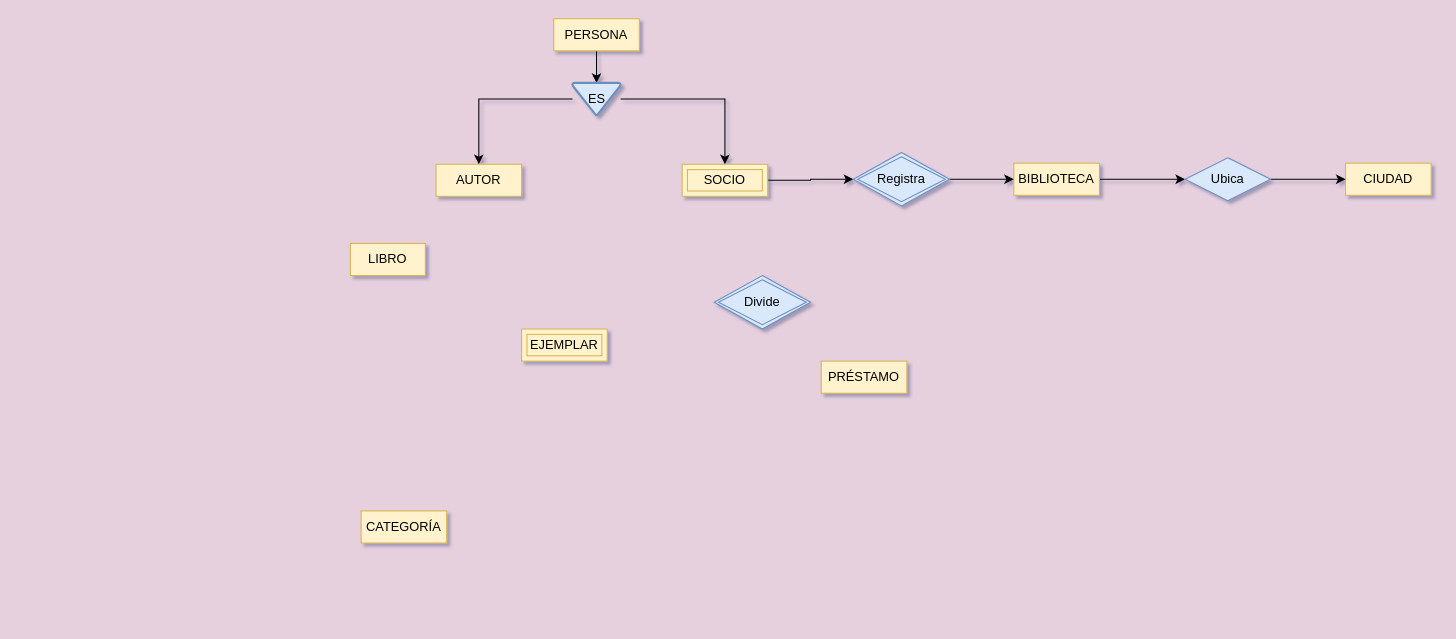
Before: Practica2ExamenTri1.drawio in VeraAceves/NT-BD, a draw.io diagram. Source tidied: cells renumbered, new cells numbered last; positions are measured from the earlier drawing's top-left corner, leaving out a move shared by most shapes. Both pictures are drawn from the tidied source at 107%, with x=0, y=0 at pixel (350, 18).
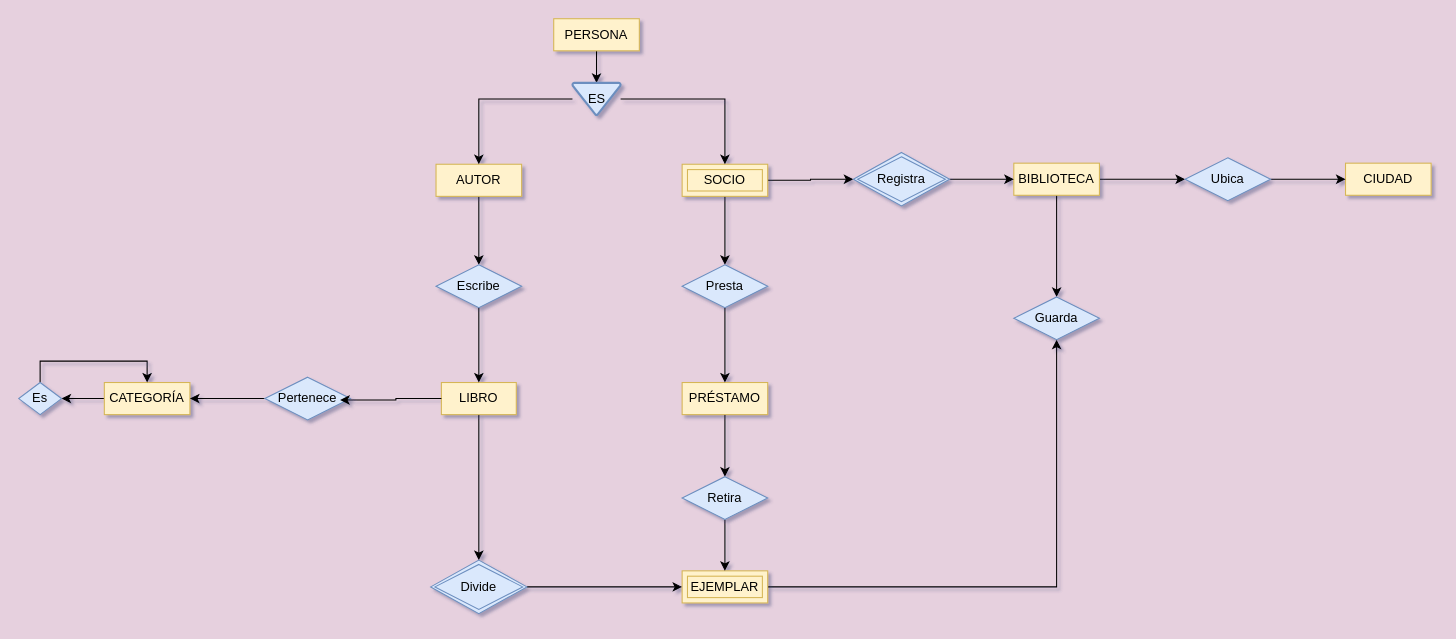
Above is the later version.

The change refers to these unchanged cells:
```xml
<mxCell id="3" value="BIBLIOTECA" style="whiteSpace=wrap;html=1;align=center;fillColor=#fff2cc;strokeColor=#d6b656;" parent="1" vertex="1">
  <mxGeometry x="620" y="135" width="80" height="30" as="geometry" />
</mxCell>
<mxCell id="7" value="AUTOR" style="whiteSpace=wrap;html=1;align=center;fillColor=#fff2cc;strokeColor=#d6b656;" parent="1" vertex="1">
  <mxGeometry x="80" y="136" width="80" height="30" as="geometry" />
</mxCell>
<mxCell id="12" value="SOCIO" style="shape=ext;margin=3;double=1;whiteSpace=wrap;html=1;align=center;fillColor=#fff2cc;strokeColor=#d6b656;" parent="1" vertex="1">
  <mxGeometry x="310" y="136" width="80" height="30" as="geometry" />
</mxCell>
```

Change to the diagram source:
```diff
@@
+    <mxCell id="22" style="edgeStyle=orthogonalEdgeStyle;rounded=0;jettySize=auto;html=1;" parent="1" edge="1" source="3" target="32">
+      <mxGeometry relative="1" as="geometry" />
+    </mxCell>
@@
+    <mxCell id="23" style="edgeStyle=orthogonalEdgeStyle;rounded=0;jettySize=auto;html=1;entryX=0.5;entryY=0;entryDx=0;entryDy=0;" parent="1" edge="1" source="7" target="31">
+      <mxGeometry relative="1" as="geometry" />
+    </mxCell>
@@
+    <mxCell id="24" style="edgeStyle=orthogonalEdgeStyle;rounded=0;jettySize=auto;html=1;entryX=0.5;entryY=0;entryDx=0;entryDy=0;" parent="1" edge="1" source="8" target="14">
+      <mxGeometry relative="1" as="geometry" />
+    </mxCell>
     <mxCell id="8" value="LIBRO" style="whiteSpace=wrap;html=1;align=center;fillColor=#fff2cc;strokeColor=#d6b656;" parent="1" vertex="1">
-      <mxGeometry y="210" width="70" height="30" as="geometry" />
+      <mxGeometry x="85" y="340" width="70" height="30" as="geometry" />
     </mxCell>
+    <mxCell id="25" style="edgeStyle=orthogonalEdgeStyle;rounded=0;jettySize=auto;html=1;" parent="1" edge="1" source="9" target="36">
+      <mxGeometry relative="1" as="geometry" />
+    </mxCell>
     <mxCell id="9" value="PRÉSTAMO" style="whiteSpace=wrap;html=1;align=center;fillColor=#fff2cc;strokeColor=#d6b656;" parent="1" vertex="1">
-      <mxGeometry x="440" y="320" width="80" height="30" as="geometry" />
+      <mxGeometry x="310" y="340" width="80" height="30" as="geometry" />
     </mxCell>
+    <mxCell id="26" style="edgeStyle=orthogonalEdgeStyle;rounded=0;jettySize=auto;html=1;" parent="1" edge="1" source="10" target="41">
+      <mxGeometry relative="1" as="geometry" />
+    </mxCell>
     <mxCell id="10" value="CATEGORÍA" style="whiteSpace=wrap;html=1;align=center;fillColor=#fff2cc;strokeColor=#d6b656;" parent="1" vertex="1">
-      <mxGeometry x="10" y="460" width="80" height="30" as="geometry" />
+      <mxGeometry x="-230" y="340" width="80" height="30" as="geometry" />
     </mxCell>
@@
+    <mxCell id="27" style="edgeStyle=orthogonalEdgeStyle;rounded=0;jettySize=auto;html=1;" parent="1" edge="1" source="12" target="34">
+      <mxGeometry relative="1" as="geometry" />
+    </mxCell>
@@
+    <mxCell id="28" style="edgeStyle=orthogonalEdgeStyle;rounded=0;jettySize=auto;html=1;entryX=0.5;entryY=1;entryDx=0;entryDy=0;" parent="1" edge="1" source="13" target="32">
+      <mxGeometry relative="1" as="geometry" />
+    </mxCell>
     <mxCell id="13" value="EJEMPLAR" style="shape=ext;margin=3;double=1;whiteSpace=wrap;html=1;align=center;fillColor=#fff2cc;strokeColor=#d6b656;" parent="1" vertex="1">
-      <mxGeometry x="160" y="290" width="80" height="30" as="geometry" />
+      <mxGeometry x="310" y="516" width="80" height="30" as="geometry" />
     </mxCell>
+    <mxCell id="29" style="edgeStyle=orthogonalEdgeStyle;rounded=0;jettySize=auto;html=1;" parent="1" edge="1" source="14" target="13">
+      <mxGeometry relative="1" as="geometry" />
+    </mxCell>
     <mxCell id="14" value="Divide" style="shape=rhombus;double=1;perimeter=rhombusPerimeter;whiteSpace=wrap;html=1;align=center;fillColor=#dae8fc;strokeColor=#6c8ebf;" parent="1" vertex="1">
-      <mxGeometry x="340" y="240" width="90" height="50" as="geometry" />
+      <mxGeometry x="75" y="506" width="90" height="50" as="geometry" />
     </mxCell>
@@
+    <mxCell id="30" style="edgeStyle=orthogonalEdgeStyle;rounded=0;jettySize=auto;html=1;entryX=0.5;entryY=0;entryDx=0;entryDy=0;" parent="1" edge="1" source="31" target="8">
+      <mxGeometry relative="1" as="geometry" />
+    </mxCell>
+    <mxCell id="31" value="Escribe" style="shape=rhombus;perimeter=rhombusPerimeter;whiteSpace=wrap;html=1;align=center;fillColor=#dae8fc;strokeColor=#6c8ebf;" parent="1" vertex="1">
+      <mxGeometry x="80" y="230" width="80" height="40" as="geometry" />
+    </mxCell>
+    <mxCell id="32" value="Guarda" style="shape=rhombus;perimeter=rhombusPerimeter;whiteSpace=wrap;html=1;align=center;fillColor=#dae8fc;strokeColor=#6c8ebf;" parent="1" vertex="1">
+      <mxGeometry x="620" y="260" width="80" height="40" as="geometry" />
+    </mxCell>
+    <mxCell id="33" style="edgeStyle=orthogonalEdgeStyle;rounded=0;jettySize=auto;html=1;entryX=0.5;entryY=0;entryDx=0;entryDy=0;" parent="1" edge="1" source="34" target="9">
+      <mxGeometry relative="1" as="geometry" />
+    </mxCell>
+    <mxCell id="34" value="Presta" style="shape=rhombus;perimeter=rhombusPerimeter;whiteSpace=wrap;html=1;align=center;fillColor=#dae8fc;strokeColor=#6c8ebf;" parent="1" vertex="1">
+      <mxGeometry x="310" y="230" width="80" height="40" as="geometry" />
+    </mxCell>
+    <mxCell id="35" style="edgeStyle=orthogonalEdgeStyle;rounded=0;jettySize=auto;html=1;entryX=0.5;entryY=0;entryDx=0;entryDy=0;" parent="1" edge="1" source="36" target="13">
+      <mxGeometry relative="1" as="geometry" />
+    </mxCell>
+    <mxCell id="36" value="Retira" style="shape=rhombus;perimeter=rhombusPerimeter;whiteSpace=wrap;html=1;align=center;fillColor=#dae8fc;strokeColor=#6c8ebf;" parent="1" vertex="1">
+      <mxGeometry x="310" y="428" width="80" height="40" as="geometry" />
+    </mxCell>
+    <mxCell id="37" style="edgeStyle=orthogonalEdgeStyle;rounded=0;jettySize=auto;html=1;entryX=1;entryY=0.5;entryDx=0;entryDy=0;" parent="1" edge="1" source="38" target="10">
+      <mxGeometry relative="1" as="geometry" />
+    </mxCell>
+    <mxCell id="38" value="Pertenece" style="shape=rhombus;perimeter=rhombusPerimeter;whiteSpace=wrap;html=1;align=center;fillColor=#dae8fc;strokeColor=#6c8ebf;" parent="1" vertex="1">
+      <mxGeometry x="-80" y="335" width="80" height="40" as="geometry" />
+    </mxCell>
+    <mxCell id="39" style="edgeStyle=orthogonalEdgeStyle;rounded=0;jettySize=auto;html=1;entryX=0.88;entryY=0.534;entryDx=0;entryDy=0;entryPerimeter=0;" parent="1" edge="1" source="8" target="38">
+      <mxGeometry relative="1" as="geometry" />
+    </mxCell>
+    <mxCell id="40" style="edgeStyle=orthogonalEdgeStyle;rounded=0;jettySize=auto;html=1;entryX=0.5;entryY=0;entryDx=0;entryDy=0;exitX=0.5;exitY=0;exitDx=0;exitDy=0;" parent="1" edge="1" source="41" target="10">
+      <mxGeometry relative="1" as="geometry">
+        <Array as="points">
+          <mxPoint x="-290" y="320" />
+          <mxPoint x="-190" y="320" />
+        </Array>
+      </mxGeometry>
+    </mxCell>
+    <mxCell id="41" value="Es" style="shape=rhombus;perimeter=rhombusPerimeter;whiteSpace=wrap;html=1;align=center;fillColor=#dae8fc;strokeColor=#6c8ebf;" parent="1" vertex="1">
+      <mxGeometry x="-310" y="340" width="40" height="30" as="geometry" />
+    </mxCell>
```
